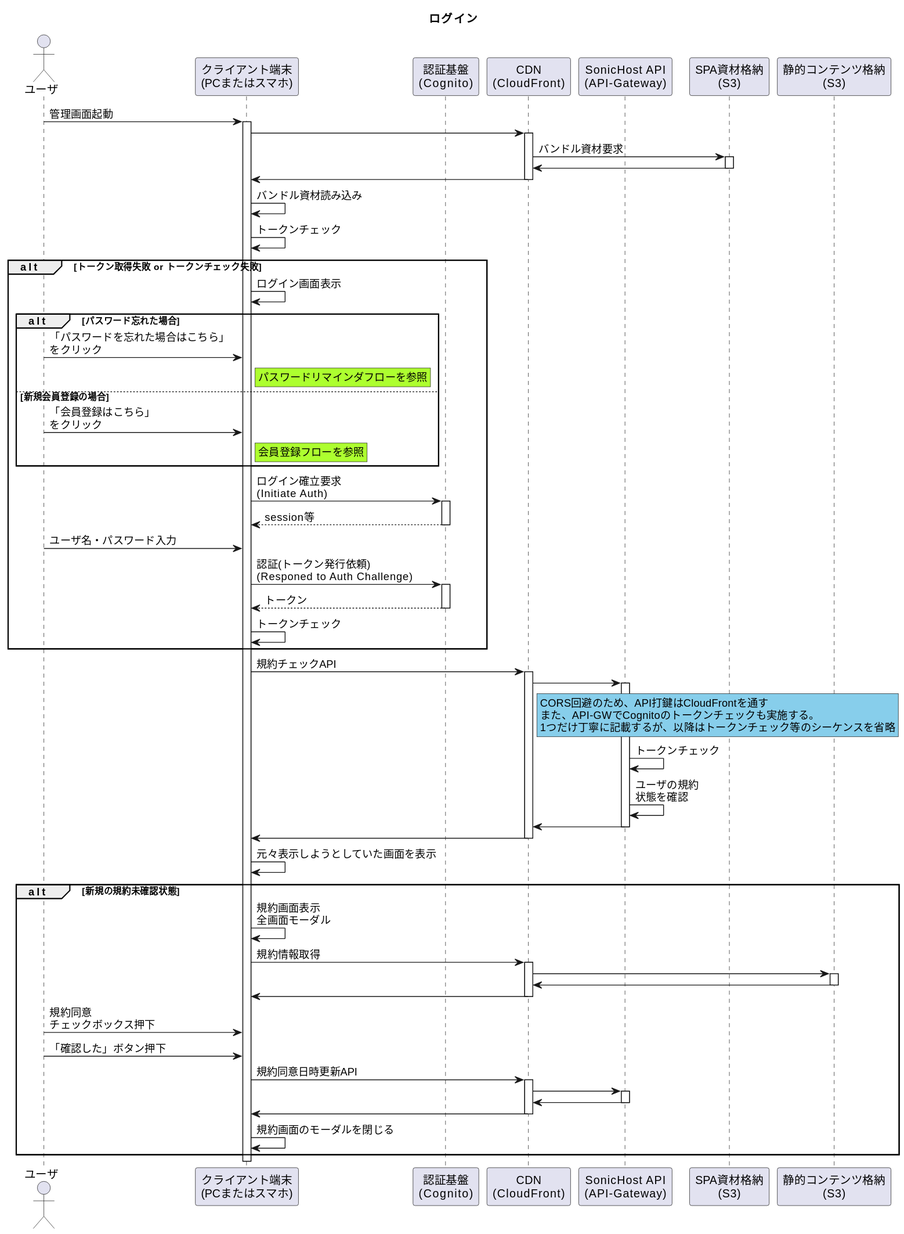
The PlantUML diagram 01_Sequences/00_Authentication/00_Login_Flow/LoginFlow.svg in Sonic-Host/documents, before a commit. Its diagram source:
```plantuml
@startuml
title ログイン


actor "ユーザ" as user
participant "クライアント端末\n(PCまたはスマホ)" as device
participant "認証基盤\n(Cognito)" as cognito
participant "CDN\n(CloudFront)" as cdn
participant "SonicHost API\n(API-Gateway)" as api
participant "SPA資材格納\n(S3)" as spa
participant "静的コンテンツ格納\n(S3)" as static

user -> device ++ : 管理画面起動
device -> cdn ++
cdn -> spa ++ : バンドル資材要求
cdn <- spa --
device <- cdn --
device ->device : バンドル資材読み込み
device -> device: トークンチェック
alt トークン取得失敗 or トークンチェック失敗
    device -> device : ログイン画面表示
    alt パスワード忘れた場合
        user -> device : 「パスワードを忘れた場合はこちら」\nをクリック
        rnote right of device #GreenYellow
            パスワードリマインダフローを参照
        end note
    else 新規会員登録の場合
        user -> device: 「会員登録はこちら」\nをクリック
        rnote right of device #GreenYellow
            会員登録フローを参照
        end note
    end
    device -> cognito ++ : ログイン確立要求\n(Initiate Auth)
    device <-- cognito -- : session等
    user -> device : ユーザ名・パスワード入力
    device -> cognito ++ : 認証(トークン発行依頼)\n(Responed to Auth Challenge)
    device <-- cognito -- : トークン
    device -> device : トークンチェック
end
device -> cdn ++ : 規約チェックAPI
cdn -> api ++
rnote right of cdn #SkyBlue
    CORS回避のため、API打鍵はCloudFrontを通す
    また、API-GWでCognitoのトークンチェックも実施する。
    1つだけ丁寧に記載するが、以降はトークンチェック等のシーケンスを省略
end note
api -> api : トークンチェック
api -> api : ユーザの規約\n状態を確認
cdn <- api --
device <- cdn --
device -> device : 元々表示しようとしていた画面を表示
alt 新規の規約未確認状態
    device -> device : 規約画面表示\n全画面モーダル
    device -> cdn ++ : 規約情報取得
    cdn -> static ++
    cdn <- static --
    device <- cdn --
    user -> device : 規約同意\nチェックボックス押下
    user -> device : 「確認した」ボタン押下
    device -> cdn ++ : 規約同意日時更新API
    cdn -> api ++
    cdn <- api --
    device <- cdn --
    device -> device : 規約画面のモーダルを閉じる
end
@enduml
```
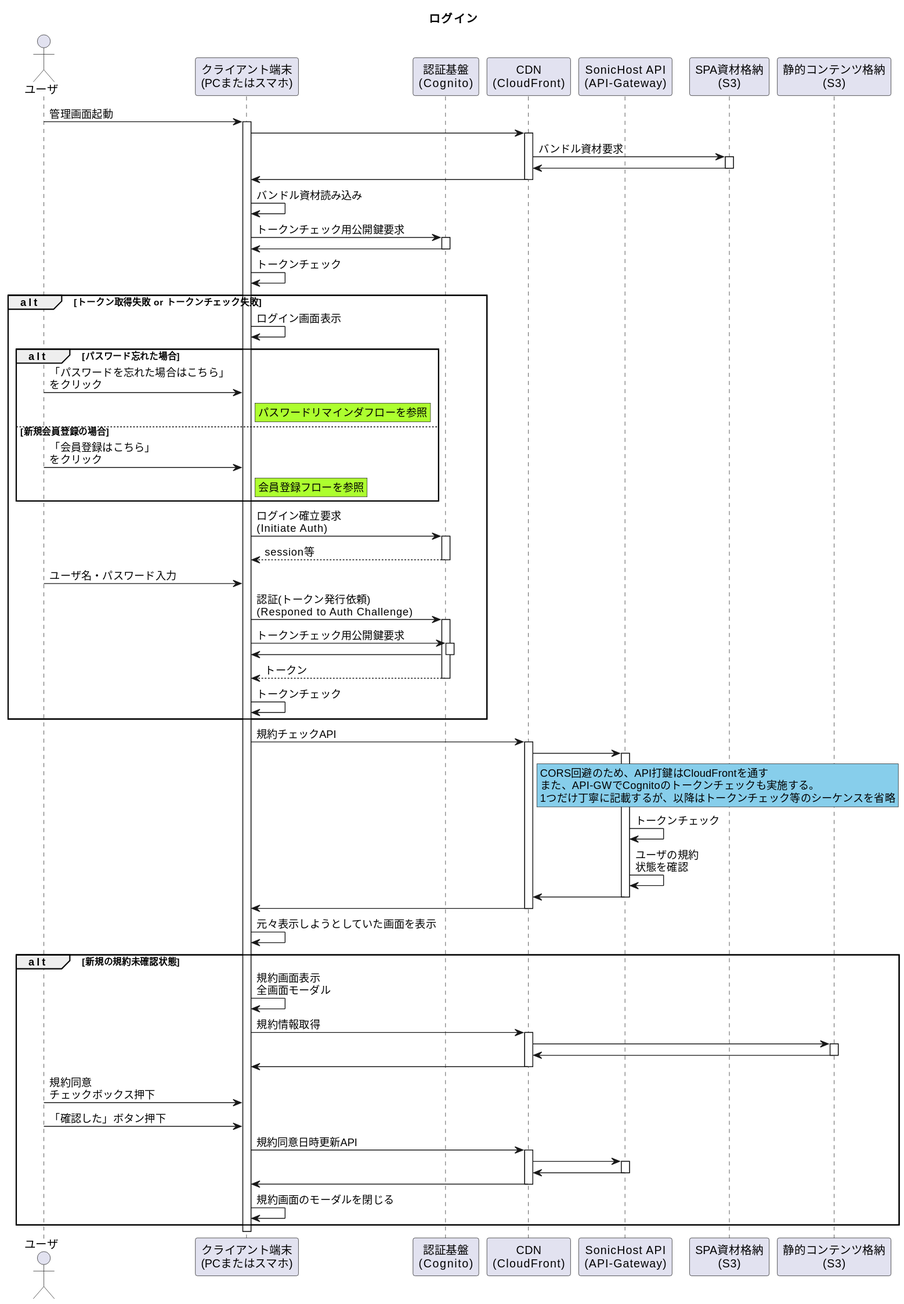
Later version of the same file.

The edit, as a diff of the source:
```diff
@@ -16,6 +16,8 @@
 cdn <- spa --
 device <- cdn --
 device ->device : バンドル資材読み込み
+device -> cognito ++ : トークンチェック用公開鍵要求
+device <- cognito --
 device -> device: トークンチェック
 alt トークン取得失敗 or トークンチェック失敗
     device -> device : ログイン画面表示
@@ -34,6 +36,8 @@
     device <-- cognito -- : session等
     user -> device : ユーザ名・パスワード入力
     device -> cognito ++ : 認証(トークン発行依頼)\n(Responed to Auth Challenge)
+    device -> cognito ++ : トークンチェック用公開鍵要求
+    device <- cognito --
     device <-- cognito -- : トークン
     device -> device : トークンチェック
 end
```
